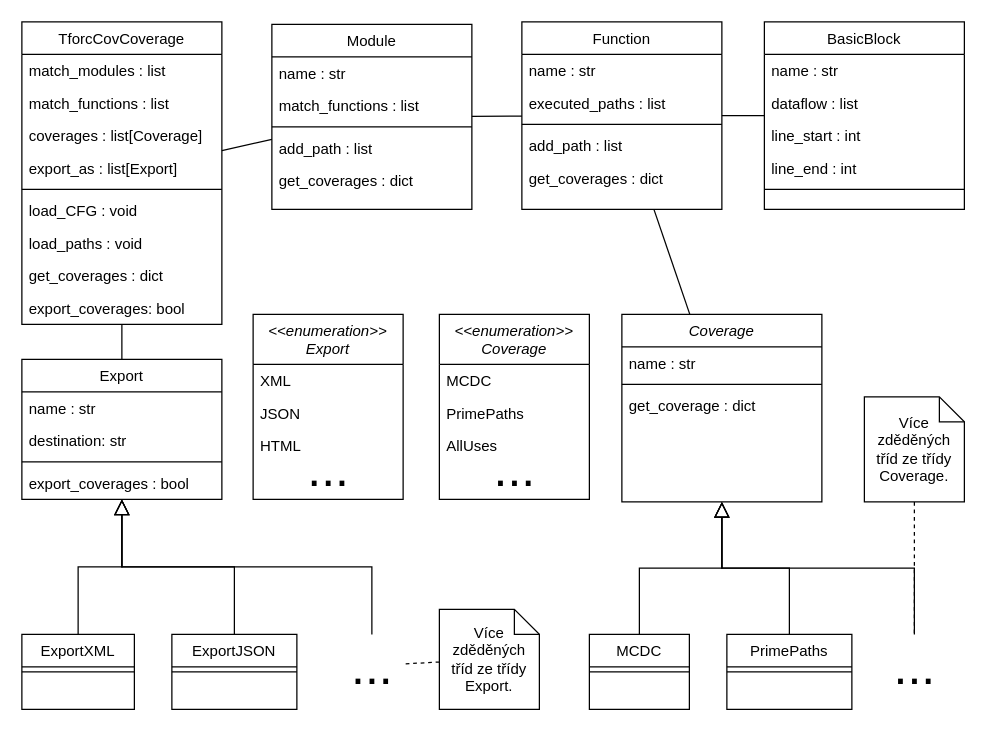
Before: class_coverage.drawio in petkapou/DIP_diagrams, a draw.io diagram. Source tidied: cells renumbered, new cells numbered last; positions are measured from the earlier drawing's top-left corner, leaving out a move shared by most shapes. Both pictures are drawn from the tidied source at 125%, with x=0, y=0 at pixel (21, 21).
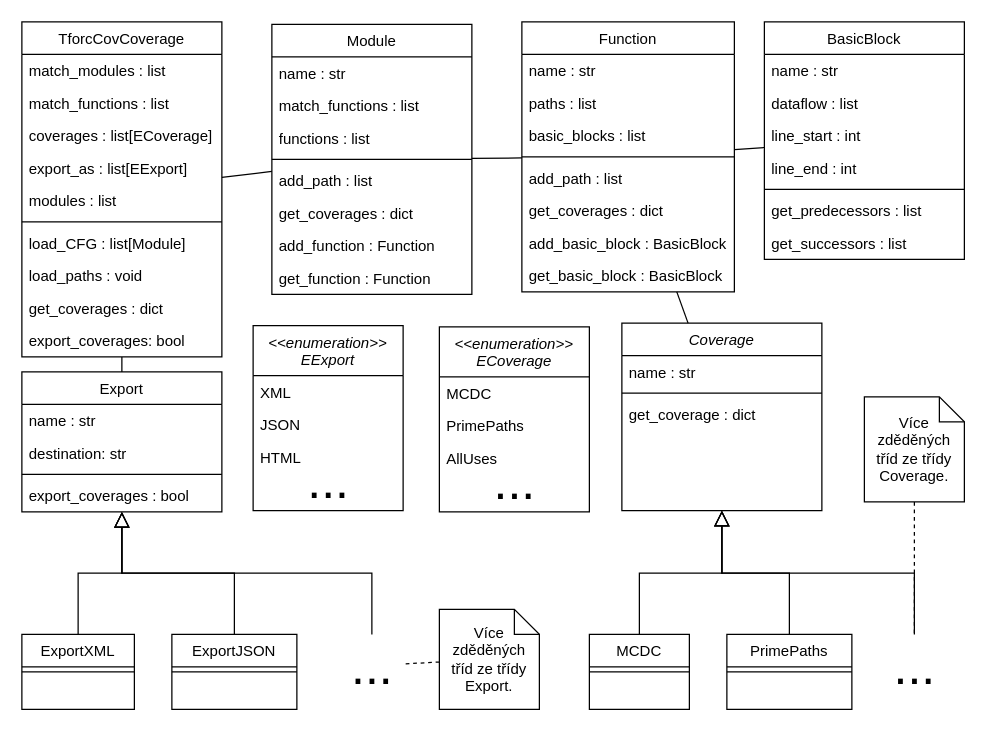
After the change.

Change to the diagram source:
```diff
@@
     <mxCell id="2" value="Coverage" style="swimlane;fontStyle=2;align=center;verticalAlign=top;horizontal=1;startSize=26;rounded=0;shadow=0;strokeWidth=1;" parent="1" vertex="1">
-      <mxGeometry x="480" y="234" width="160" height="150" as="geometry" />
+      <mxGeometry x="480" y="241" width="160" height="150" as="geometry" />
     </mxCell>
@@
     <mxCell id="12" value="Function" style="swimlane;fontStyle=0;align=center;verticalAlign=top;horizontal=1;startSize=26;rounded=0;shadow=0;strokeWidth=1;" parent="1" vertex="1">
-      <mxGeometry x="400" width="160" height="150" as="geometry" />
+      <mxGeometry x="400" width="170" height="216" as="geometry" />
     </mxCell>
     <mxCell id="13" value="name : str" style="text;align=left;verticalAlign=top;spacingLeft=4;spacingRight=4;overflow=hidden;" parent="12" vertex="1">
-      <mxGeometry y="26" width="160" height="26" as="geometry" />
+      <mxGeometry y="26" width="170" height="26" as="geometry" />
     </mxCell>
-    <mxCell id="14" value="executed_paths : list" style="text;align=left;verticalAlign=top;spacingLeft=4;spacingRight=4;overflow=hidden;rounded=0;shadow=0;html=0;" parent="12" vertex="1">
-      <mxGeometry y="52" width="160" height="26" as="geometry" />
+    <mxCell id="14" value="paths : list" style="text;align=left;verticalAlign=top;spacingLeft=4;spacingRight=4;overflow=hidden;rounded=0;shadow=0;html=0;" parent="12" vertex="1">
+      <mxGeometry y="52" width="170" height="26" as="geometry" />
     </mxCell>
+    <mxCell id="74" value="basic_blocks : list" style="text;align=left;verticalAlign=top;spacingLeft=4;spacingRight=4;overflow=hidden;rounded=0;shadow=0;html=0;" parent="12" vertex="1">
+      <mxGeometry y="78" width="170" height="26" as="geometry" />
+    </mxCell>
     <mxCell id="15" style="line;html=1;strokeWidth=1;align=left;verticalAlign=middle;spacingTop=-1;spacingLeft=3;spacingRight=3;labelPosition=right;" parent="12" vertex="1">
-      <mxGeometry y="78" width="160" height="8" as="geometry" />
+      <mxGeometry y="104" width="170" height="8" as="geometry" />
     </mxCell>
     <mxCell id="16" value="add_path : list" style="text;align=left;verticalAlign=top;spacingLeft=4;spacingRight=4;overflow=hidden;" parent="12" vertex="1">
-      <mxGeometry y="86" width="160" height="26" as="geometry" />
+      <mxGeometry y="112" width="170" height="26" as="geometry" />
     </mxCell>
     <mxCell id="17" value="get_coverages : dict" style="text;align=left;verticalAlign=top;spacingLeft=4;spacingRight=4;overflow=hidden;" parent="12" vertex="1">
-      <mxGeometry y="112" width="160" height="26" as="geometry" />
+      <mxGeometry y="138" width="170" height="26" as="geometry" />
     </mxCell>
+    <mxCell id="75" value="add_basic_block : BasicBlock" style="text;align=left;verticalAlign=top;spacingLeft=4;spacingRight=4;overflow=hidden;" parent="12" vertex="1">
+      <mxGeometry y="164" width="170" height="26" as="geometry" />
+    </mxCell>
+    <mxCell id="76" value="get_basic_block : BasicBlock" style="text;align=left;verticalAlign=top;spacingLeft=4;spacingRight=4;overflow=hidden;" parent="12" vertex="1">
+      <mxGeometry y="190" width="170" height="26" as="geometry" />
+    </mxCell>
     <mxCell id="18" value="TforcCovCoverage" style="swimlane;fontStyle=0;align=center;verticalAlign=top;horizontal=1;startSize=26;rounded=0;shadow=0;strokeWidth=1;" parent="1" vertex="1">
-      <mxGeometry width="160" height="242" as="geometry" />
+      <mxGeometry width="160" height="268" as="geometry" />
     </mxCell>
@@
-    <mxCell id="21" value="coverages : list[Coverage]" style="text;align=left;verticalAlign=top;spacingLeft=4;spacingRight=4;overflow=hidden;rounded=0;shadow=0;html=0;" parent="18" vertex="1">
+    <mxCell id="21" value="coverages : list[ECoverage]" style="text;align=left;verticalAlign=top;spacingLeft=4;spacingRight=4;overflow=hidden;rounded=0;shadow=0;html=0;" parent="18" vertex="1">
       <mxGeometry y="78" width="160" height="26" as="geometry" />
     </mxCell>
-    <mxCell id="22" value="export_as : list[Export]" style="text;align=left;verticalAlign=top;spacingLeft=4;spacingRight=4;overflow=hidden;" parent="18" vertex="1">
+    <mxCell id="22" value="export_as : list[EExport]" style="text;align=left;verticalAlign=top;spacingLeft=4;spacingRight=4;overflow=hidden;" parent="18" vertex="1">
       <mxGeometry y="104" width="160" height="26" as="geometry" />
     </mxCell>
+    <mxCell id="77" value="modules : list" style="text;align=left;verticalAlign=top;spacingLeft=4;spacingRight=4;overflow=hidden;rounded=0;shadow=0;html=0;" parent="18" vertex="1">
+      <mxGeometry y="130" width="160" height="26" as="geometry" />
+    </mxCell>
     <mxCell id="23" style="line;html=1;strokeWidth=1;align=left;verticalAlign=middle;spacingTop=-1;spacingLeft=3;spacingRight=3;labelPosition=right;" parent="18" vertex="1">
-      <mxGeometry y="130" width="160" height="8" as="geometry" />
+      <mxGeometry y="156" width="160" height="8" as="geometry" />
     </mxCell>
-    <mxCell id="24" value="load_CFG : void" style="text;align=left;verticalAlign=top;spacingLeft=4;spacingRight=4;overflow=hidden;" parent="18" vertex="1">
-      <mxGeometry y="138" width="160" height="26" as="geometry" />
+    <mxCell id="24" value="load_CFG : list[Module]" style="text;align=left;verticalAlign=top;spacingLeft=4;spacingRight=4;overflow=hidden;" parent="18" vertex="1">
+      <mxGeometry y="164" width="160" height="26" as="geometry" />
     </mxCell>
     <mxCell id="25" value="load_paths : void" style="text;align=left;verticalAlign=top;spacingLeft=4;spacingRight=4;overflow=hidden;" parent="18" vertex="1">
-      <mxGeometry y="164" width="160" height="26" as="geometry" />
+      <mxGeometry y="190" width="160" height="26" as="geometry" />
     </mxCell>
     <mxCell id="26" value="get_coverages : dict" style="text;align=left;verticalAlign=top;spacingLeft=4;spacingRight=4;overflow=hidden;" parent="18" vertex="1">
-      <mxGeometry y="190" width="160" height="26" as="geometry" />
+      <mxGeometry y="216" width="160" height="26" as="geometry" />
     </mxCell>
     <mxCell id="27" value="export_coverages: bool" style="text;align=left;verticalAlign=top;spacingLeft=4;spacingRight=4;overflow=hidden;" parent="18" vertex="1">
-      <mxGeometry y="216" width="160" height="26" as="geometry" />
+      <mxGeometry y="242" width="160" height="26" as="geometry" />
     </mxCell>
     <mxCell id="28" value="Module" style="swimlane;fontStyle=0;align=center;verticalAlign=top;horizontal=1;startSize=26;rounded=0;shadow=0;strokeWidth=1;" parent="1" vertex="1">
-      <mxGeometry x="200" y="2" width="160" height="148" as="geometry" />
+      <mxGeometry x="200" y="2" width="160" height="216" as="geometry" />
     </mxCell>
@@
+    <mxCell id="78" value="functions : list" style="text;align=left;verticalAlign=top;spacingLeft=4;spacingRight=4;overflow=hidden;rounded=0;shadow=0;html=0;" parent="28" vertex="1">
+      <mxGeometry y="78" width="160" height="26" as="geometry" />
+    </mxCell>
     <mxCell id="31" style="line;html=1;strokeWidth=1;align=left;verticalAlign=middle;spacingTop=-1;spacingLeft=3;spacingRight=3;labelPosition=right;" parent="28" vertex="1">
-      <mxGeometry y="78" width="160" height="8" as="geometry" />
+      <mxGeometry y="104" width="160" height="8" as="geometry" />
     </mxCell>
     <mxCell id="32" value="add_path : list" style="text;align=left;verticalAlign=top;spacingLeft=4;spacingRight=4;overflow=hidden;" parent="28" vertex="1">
-      <mxGeometry y="86" width="160" height="26" as="geometry" />
+      <mxGeometry y="112" width="160" height="26" as="geometry" />
     </mxCell>
     <mxCell id="33" value="get_coverages : dict" style="text;align=left;verticalAlign=top;spacingLeft=4;spacingRight=4;overflow=hidden;" parent="28" vertex="1">
-      <mxGeometry y="112" width="160" height="26" as="geometry" />
+      <mxGeometry y="138" width="160" height="26" as="geometry" />
     </mxCell>
+    <mxCell id="79" value="add_function : Function" style="text;align=left;verticalAlign=top;spacingLeft=4;spacingRight=4;overflow=hidden;" parent="28" vertex="1">
+      <mxGeometry y="164" width="160" height="26" as="geometry" />
+    </mxCell>
+    <mxCell id="80" value="get_function : Function" style="text;align=left;verticalAlign=top;spacingLeft=4;spacingRight=4;overflow=hidden;" parent="28" vertex="1">
+      <mxGeometry y="190" width="160" height="26" as="geometry" />
+    </mxCell>
     <mxCell id="34" value="BasicBlock" style="swimlane;fontStyle=0;align=center;verticalAlign=top;horizontal=1;startSize=26;rounded=0;shadow=0;strokeWidth=1;" parent="1" vertex="1">
-      <mxGeometry x="594" width="160" height="150" as="geometry" />
+      <mxGeometry x="594" width="160" height="190" as="geometry" />
     </mxCell>
@@
+    <mxCell id="81" value="get_predecessors : list" style="text;align=left;verticalAlign=top;spacingLeft=4;spacingRight=4;overflow=hidden;" parent="34" vertex="1">
+      <mxGeometry y="138" width="160" height="26" as="geometry" />
+    </mxCell>
+    <mxCell id="82" value="get_successors : list" style="text;align=left;verticalAlign=top;spacingLeft=4;spacingRight=4;overflow=hidden;" parent="34" vertex="1">
+      <mxGeometry y="164" width="160" height="26" as="geometry" />
+    </mxCell>
     <mxCell id="40" value="Export" style="swimlane;fontStyle=0;align=center;verticalAlign=top;horizontal=1;startSize=26;rounded=0;shadow=0;strokeWidth=1;" parent="1" vertex="1">
-      <mxGeometry y="270" width="160" height="112" as="geometry" />
+      <mxGeometry y="280" width="160" height="112" as="geometry" />
     </mxCell>
@@
-    <mxCell id="61" value="&lt;&lt;enumeration&gt;&gt;&#10;Coverage" style="swimlane;fontStyle=2;align=center;verticalAlign=top;horizontal=1;startSize=40;rounded=0;shadow=0;strokeWidth=1;" parent="1" vertex="1">
-      <mxGeometry x="334" y="234" width="120" height="148" as="geometry" />
+    <mxCell id="61" value="&lt;&lt;enumeration&gt;&gt;&#10;ECoverage" style="swimlane;fontStyle=2;align=center;verticalAlign=top;horizontal=1;startSize=40;rounded=0;shadow=0;strokeWidth=1;" parent="1" vertex="1">
+      <mxGeometry x="334" y="244" width="120" height="148" as="geometry" />
     </mxCell>
@@
-    <mxCell id="66" value="&lt;&lt;enumeration&gt;&gt;&#10;Export" style="swimlane;fontStyle=2;align=center;verticalAlign=top;horizontal=1;startSize=40;rounded=0;shadow=0;strokeWidth=1;" parent="1" vertex="1">
-      <mxGeometry x="185" y="234" width="120" height="148" as="geometry" />
+    <mxCell id="66" value="&lt;&lt;enumeration&gt;&gt;&#10;EExport" style="swimlane;fontStyle=2;align=center;verticalAlign=top;horizontal=1;startSize=40;rounded=0;shadow=0;strokeWidth=1;" parent="1" vertex="1">
+      <mxGeometry x="185" y="243" width="120" height="148" as="geometry" />
     </mxCell>
```
